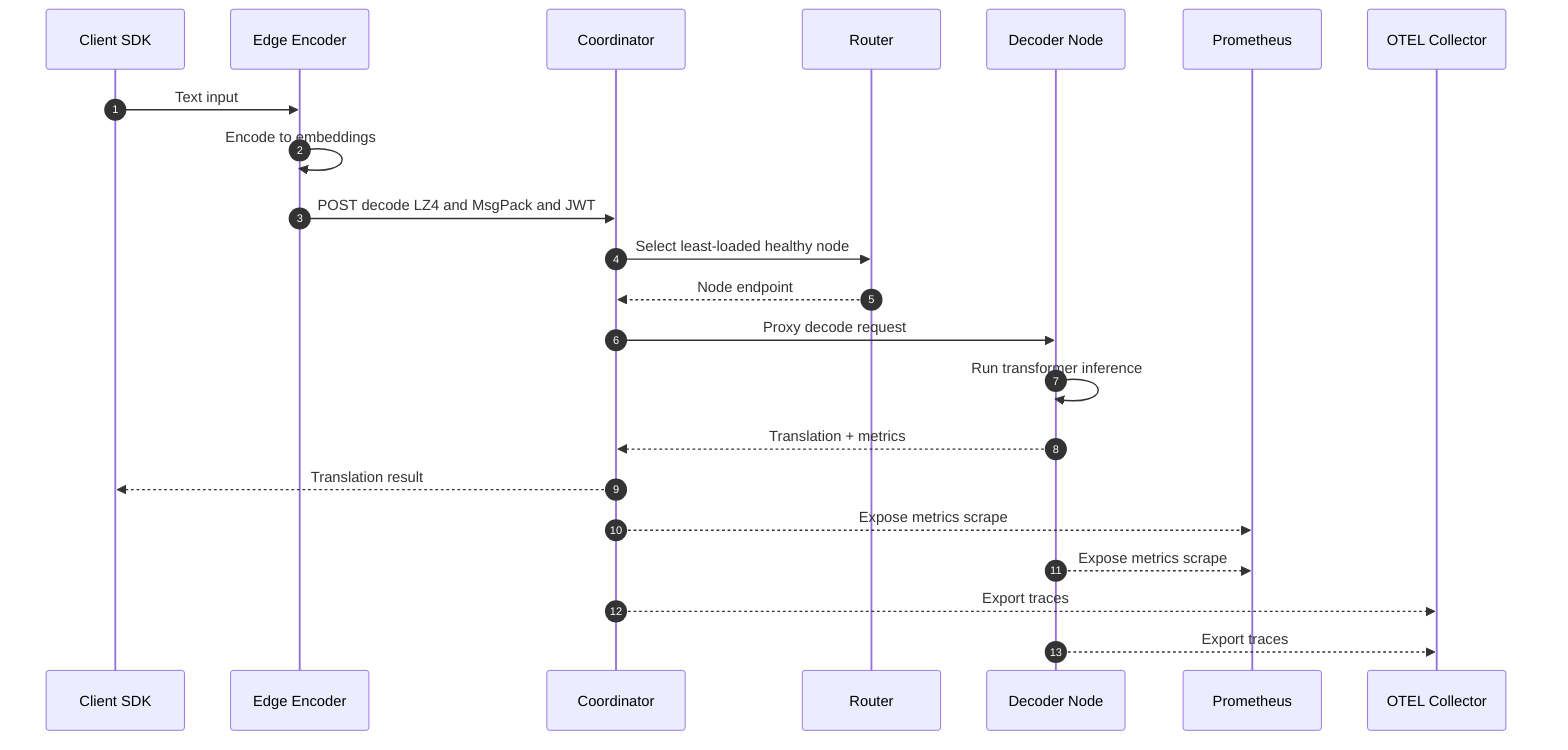
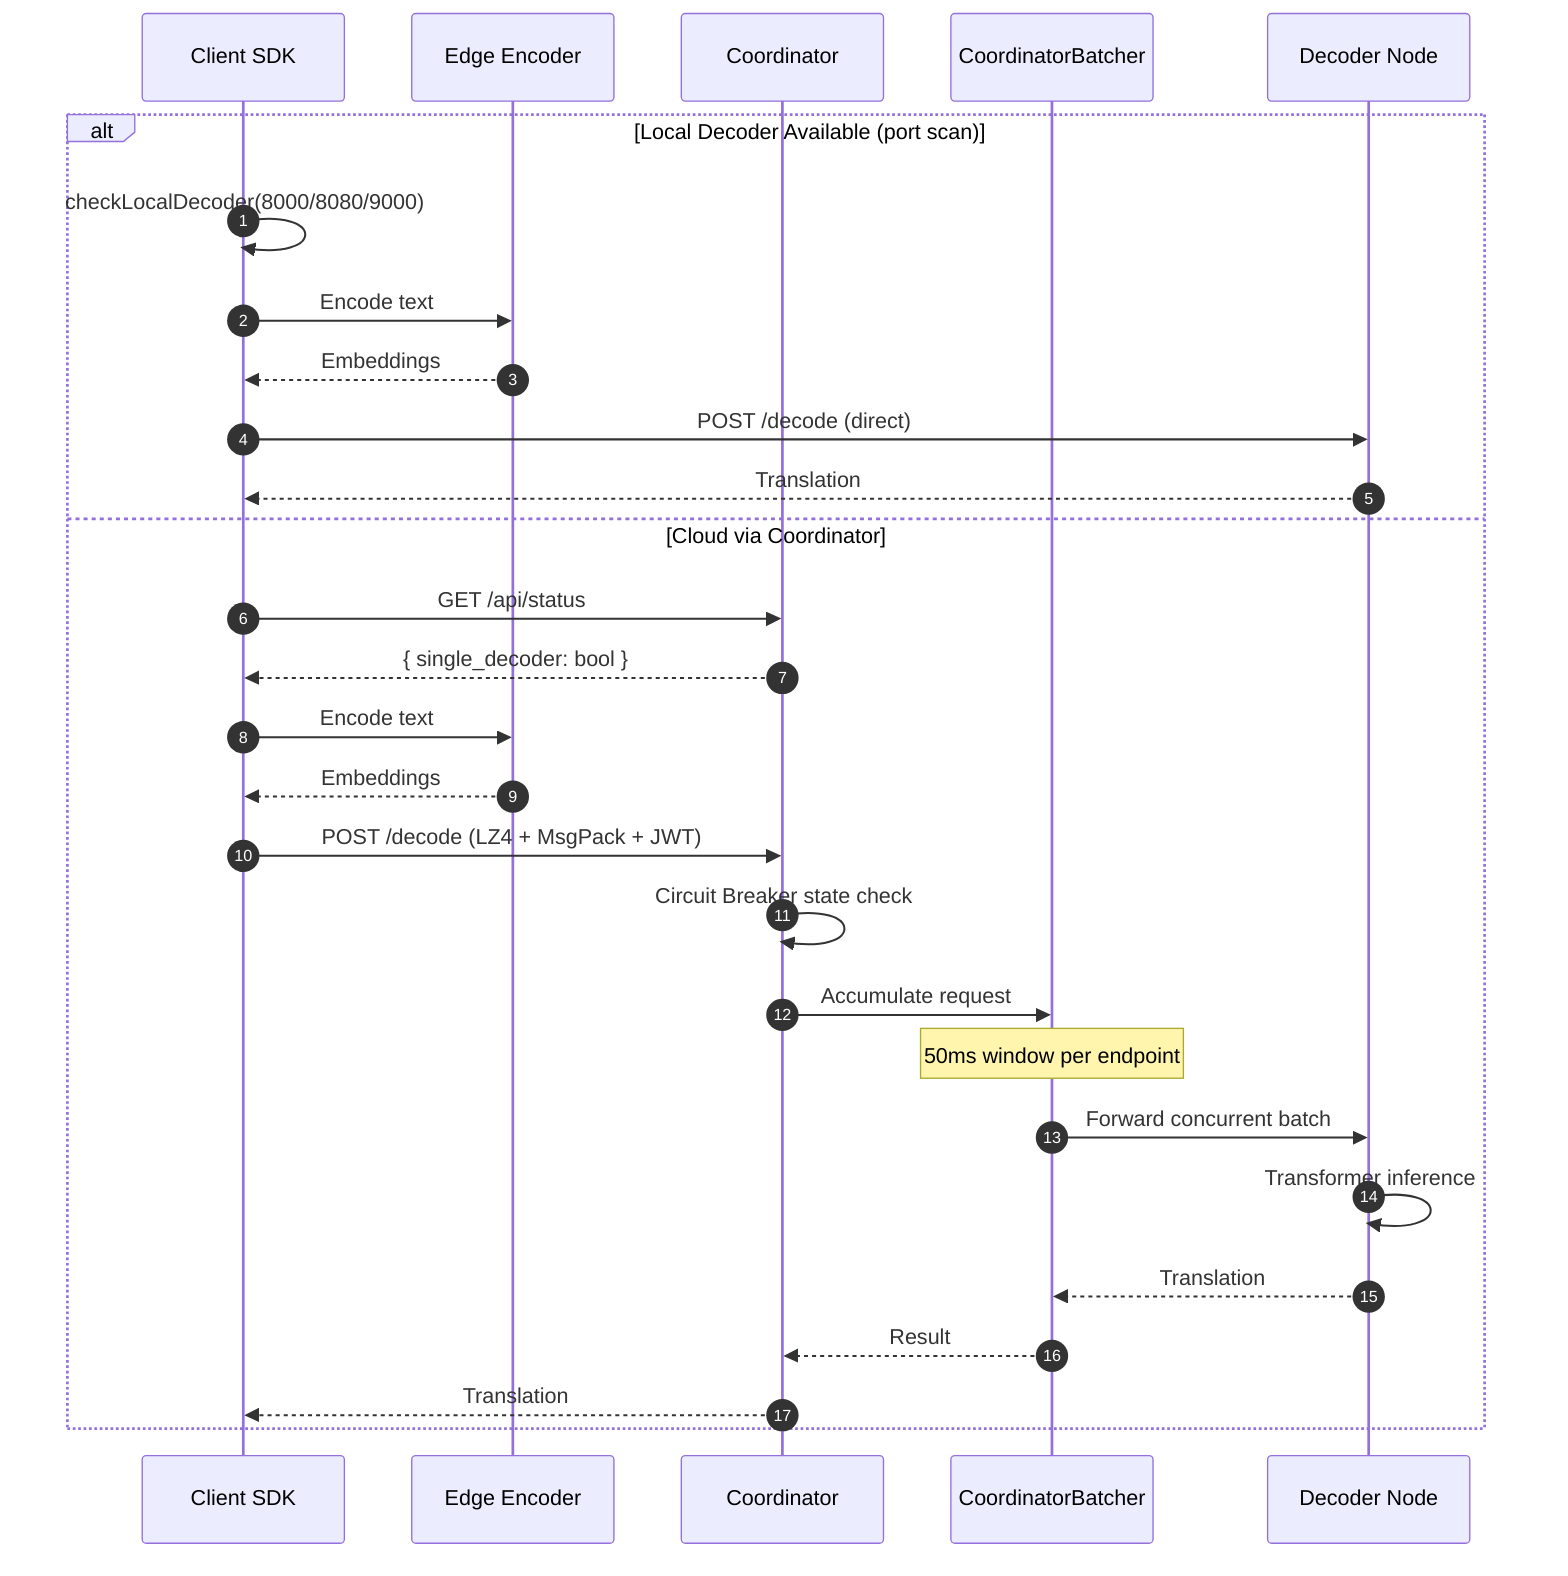
sequenceDiagram
    autonumber
    participant SDK as Client SDK
    participant ENC as Edge Encoder
    participant COORD as Coordinator
-     participant RT as Router
+     participant BAT as CoordinatorBatcher
    participant DN as Decoder Node
-     participant PM as Prometheus
-     participant OT as OTEL Collector

-     SDK->>ENC: Text input
-     ENC->>ENC: Encode to embeddings
-     ENC->>COORD: POST decode LZ4 and MsgPack and JWT
-     COORD->>RT: Select least-loaded healthy node
-     RT-->>COORD: Node endpoint
-     COORD->>DN: Proxy decode request
-     DN->>DN: Run transformer inference
-     DN-->>COORD: Translation + metrics
-     COORD-->>SDK: Translation result
-     COORD-->>PM: Expose metrics scrape
-     DN-->>PM: Expose metrics scrape
-     COORD-->>OT: Export traces
-     DN-->>OT: Export traces+     alt Local Decoder Available (port scan)
+         SDK->>SDK: checkLocalDecoder(8000/8080/9000)
+         SDK->>ENC: Encode text
+         ENC-->>SDK: Embeddings
+         SDK->>DN: POST /decode (direct)
+         DN-->>SDK: Translation
+     else Cloud via Coordinator
+         SDK->>COORD: GET /api/status
+         COORD-->>SDK: { single_decoder: bool }
+         SDK->>ENC: Encode text
+         ENC-->>SDK: Embeddings
+         SDK->>COORD: POST /decode (LZ4 + MsgPack + JWT)
+         COORD->>COORD: Circuit Breaker state check
+         COORD->>BAT: Accumulate request
+         Note over BAT: 50ms window per endpoint
+         BAT->>DN: Forward concurrent batch
+         DN->>DN: Transformer inference
+         DN-->>BAT: Translation
+         BAT-->>COORD: Result
+         COORD-->>SDK: Translation
+     end
